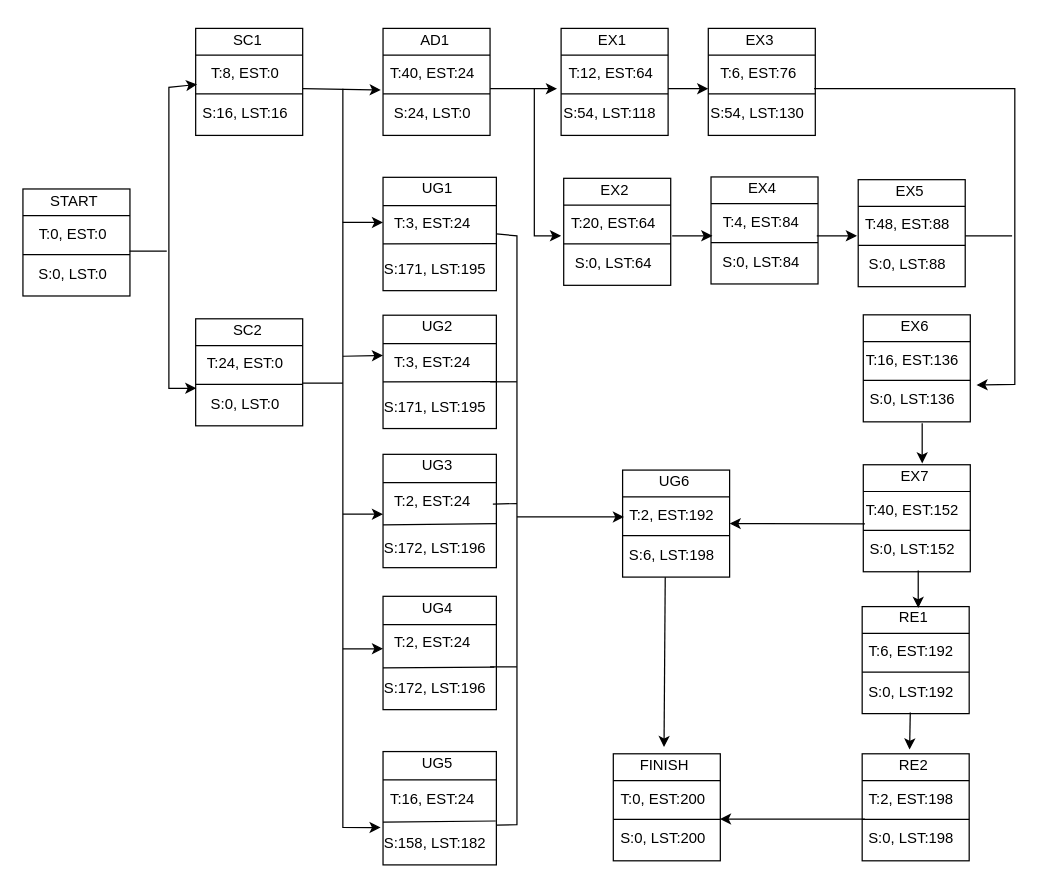
Earlier version of the draw.io diagram CPM.drawio (jonamadk/DrawIO). Source tidied: cells renumbered, new cells numbered last; positions are measured from the earlier drawing's top-left corner, leaving out a move shared by most shapes. Both pictures are drawn from the tidied source at 124%, with x=0, y=0 at pixel (21, 21).
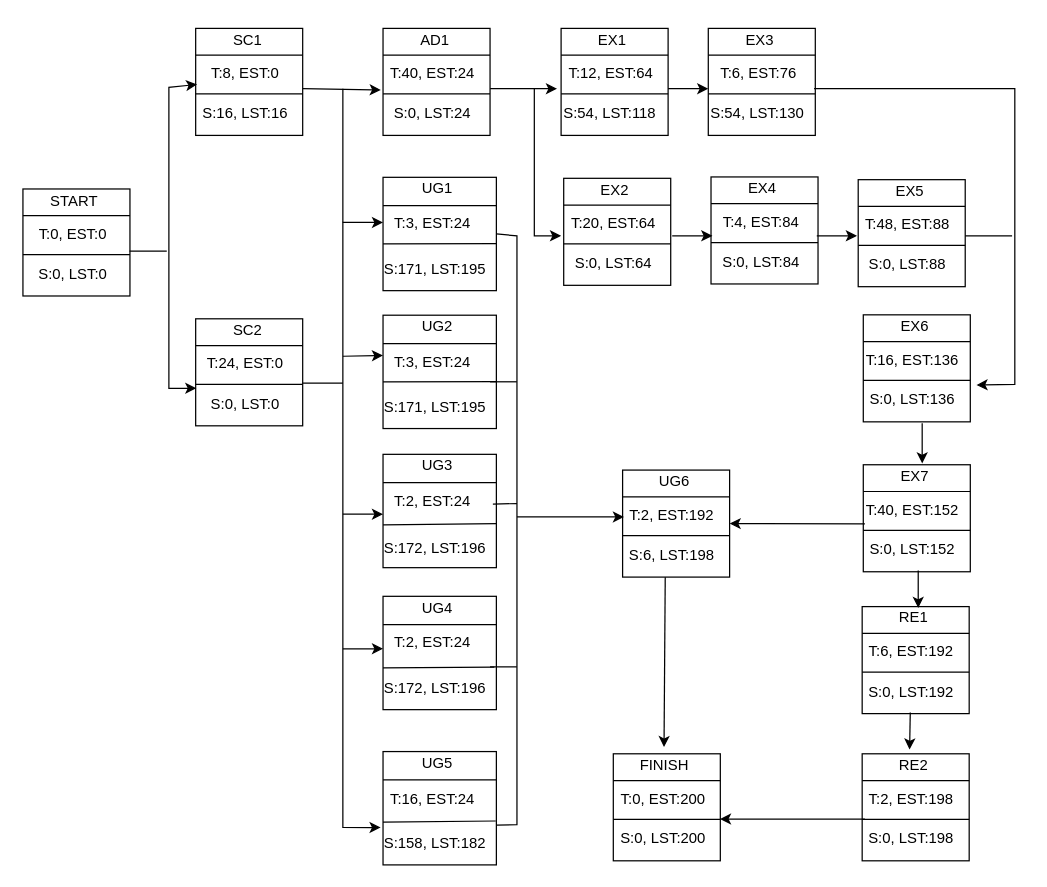
After the change.

Unchanged cells that the change refers to:
```xml
<mxCell id="47" style="group;" parent="2" vertex="1">
  <mxGeometry x="291.4" width="91.7" height="91.7" as="geometry" />
</mxCell>
```

The edit, as a diff of the source:
```diff
@@
-    <mxCell id="53" value="S:24, LST:0" style="text;html=1;align=center;verticalAlign=middle;points=[];strokeColor=none;fillColor=none;" parent="47" vertex="1">
+    <mxCell id="53" value="S:0, LST:24" style="text;html=1;align=center;verticalAlign=middle;points=[];strokeColor=none;fillColor=none;" parent="47" vertex="1">
       <mxGeometry x="-5.4" y="59.4" width="90" height="30" as="geometry" />
     </mxCell>
```
